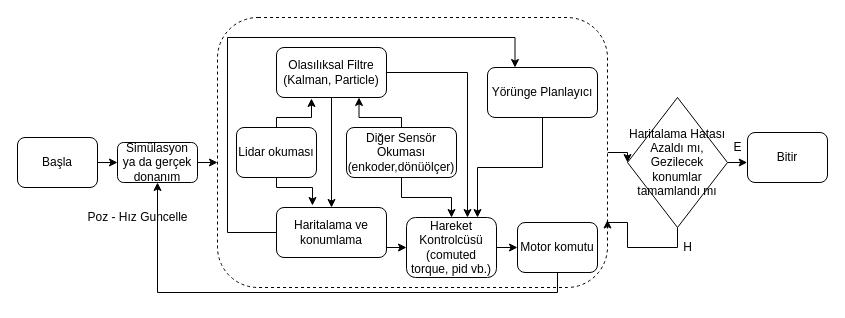
Earlier version of the draw.io diagram Untitled Diagram.drawio (bedreddin/free-programming-books). Source tidied: cells renumbered, new cells numbered last; positions are measured from the earlier drawing's top-left corner, leaving out a move shared by most shapes. Both pictures are drawn from the tidied source at 100%, with x=0, y=0 at pixel (17, 17).
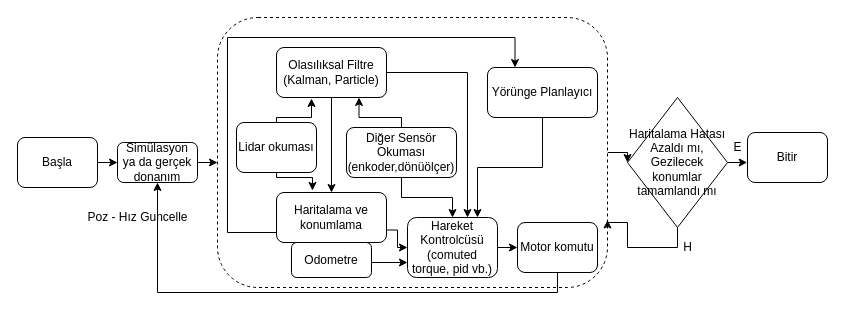
Above is the later version.

What changed in the source:
```diff
@@
     <mxCell id="7" value="Hareket Kontrolcüsü&lt;br&gt;(comuted torque, pid vb.)" style="rounded=1;whiteSpace=wrap;html=1;" parent="1" vertex="1">
-      <mxGeometry x="389" y="200" width="90" height="60" as="geometry" />
+      <mxGeometry x="390" y="200" width="90" height="60" as="geometry" />
     </mxCell>
@@
     <mxCell id="9" style="edgeStyle=orthogonalEdgeStyle;rounded=0;jettySize=auto;html=1;exitX=0.5;exitY=1;exitDx=0;exitDy=0;entryX=0.327;entryY=-0.04;entryDx=0;entryDy=0;entryPerimeter=0;" parent="1" edge="1" source="10" target="22">
       <mxGeometry relative="1" as="geometry">
         <Array as="points">
-          <mxPoint x="259" y="170" />
-          <mxPoint x="295" y="170" />
+          <mxPoint x="259" y="160" />
+          <mxPoint x="295" y="160" />
         </Array>
       </mxGeometry>
     </mxCell>
     <mxCell id="10" value="Lidar okuması" style="rounded=1;whiteSpace=wrap;html=1;" parent="1" vertex="1">
-      <mxGeometry x="219" y="110" width="80" height="50" as="geometry" />
+      <mxGeometry x="219" y="105" width="80" height="50" as="geometry" />
     </mxCell>
@@
     <mxCell id="20" style="edgeStyle=orthogonalEdgeStyle;rounded=0;jettySize=auto;html=1;exitX=1;exitY=0.75;exitDx=0;exitDy=0;entryX=0;entryY=0.5;entryDx=0;entryDy=0;" parent="1" edge="1" source="22" target="7">
       <mxGeometry relative="1" as="geometry">
         <Array as="points">
-          <mxPoint x="369" y="230" />
+          <mxPoint x="380" y="213" />
+          <mxPoint x="380" y="230" />
         </Array>
       </mxGeometry>
     </mxCell>
@@
     <mxCell id="22" value="Haritalama ve konumlama" style="rounded=1;whiteSpace=wrap;html=1;" parent="1" vertex="1">
-      <mxGeometry x="259" y="190" width="110" height="50" as="geometry" />
+      <mxGeometry x="259" y="175" width="110" height="50" as="geometry" />
     </mxCell>
@@
+    <mxCell id="33" style="edgeStyle=orthogonalEdgeStyle;rounded=0;jettySize=auto;html=1;exitX=1;exitY=0.5;exitDx=0;exitDy=0;entryX=0;entryY=0.75;entryDx=0;entryDy=0;" parent="1" edge="1" source="34" target="7">
+      <mxGeometry relative="1" as="geometry">
+        <Array as="points">
+          <mxPoint x="354" y="245" />
+        </Array>
+      </mxGeometry>
+    </mxCell>
+    <mxCell id="34" value="Odometre" style="rounded=1;whiteSpace=wrap;html=1;" parent="1" vertex="1">
+      <mxGeometry x="274" y="225" width="80" height="35" as="geometry" />
+    </mxCell>
```
